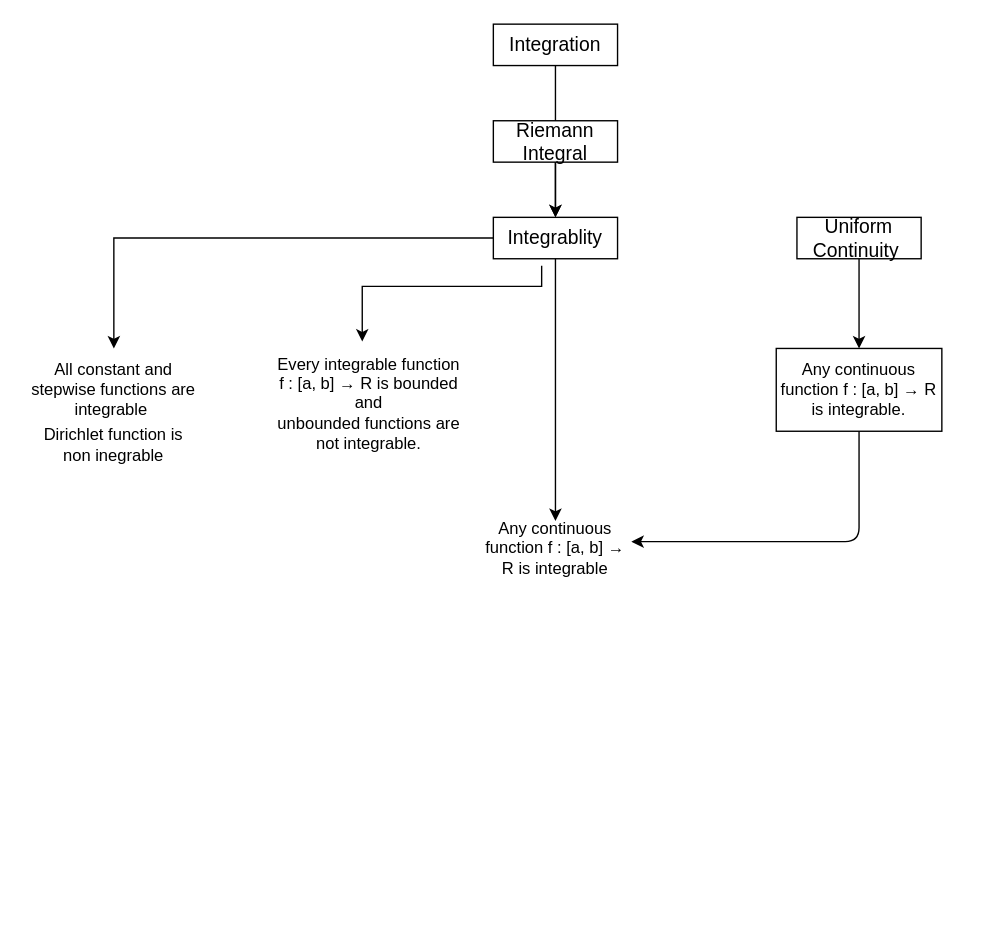
The draw.io diagram Untitled Diagram.drawio in ajax711/Calculus, before the edit. Source tidied: cells renumbered, new cells numbered last; positions are measured from the earlier drawing's top-left corner, leaving out a move shared by most shapes. Both pictures are drawn from the tidied source at 138%, with x=0, y=0 at pixel (23, 23).
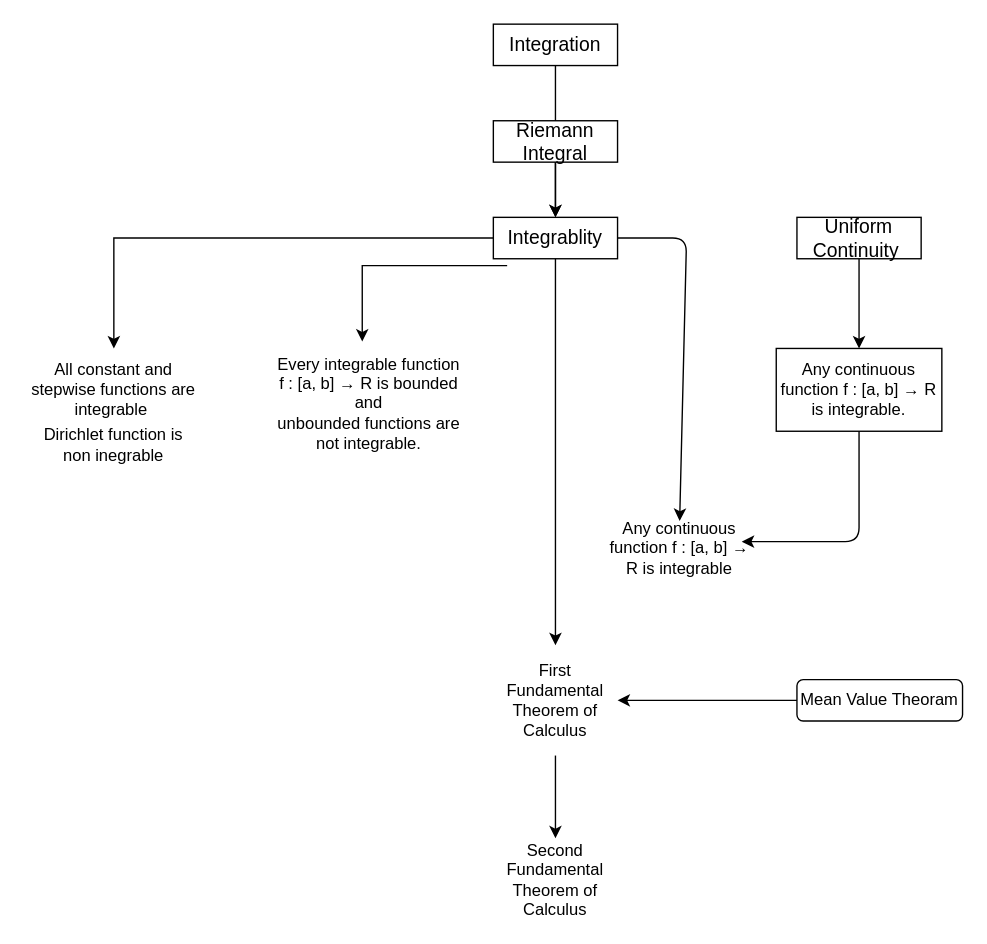
After the change.

Unchanged cells that the change refers to:
```xml
<mxCell id="7" value="&lt;font style=&quot;font-size: 14px&quot;&gt;Integrablity&lt;/font&gt;" style="rounded=0;whiteSpace=wrap;html=1;" parent="1" vertex="1">
  <mxGeometry x="340" y="140" width="90" height="30" as="geometry" />
</mxCell>
<mxCell id="12" value="Any continuous function f : [a, b] → R is integrable." style="whiteSpace=wrap;html=1;rounded=0;" parent="1" vertex="1">
  <mxGeometry x="545" y="235" width="120" height="60" as="geometry" />
</mxCell>
```

The edit, as a diff of the source:
```diff
@@
-    <mxCell id="13" style="edgeStyle=orthogonalEdgeStyle;rounded=0;jettySize=auto;html=1;exitX=0.389;exitY=1.167;exitDx=0;exitDy=0;exitPerimeter=0;" parent="1" edge="1" source="7">
+    <mxCell id="13" style="edgeStyle=orthogonalEdgeStyle;rounded=0;orthogonalLoop=1;jettySize=auto;html=1;" parent="1" edge="1">
       <mxGeometry relative="1" as="geometry">
+        <mxPoint x="350" y="175" as="sourcePoint" />
         <mxPoint x="245" y="230" as="targetPoint" />
         <Array as="points">
-          <mxPoint x="375" y="190" />
-          <mxPoint x="245" y="190" />
+          <mxPoint x="245" y="175" />
         </Array>
       </mxGeometry>
     </mxCell>
@@
-    <mxCell id="15" style="endArrow=classic;html=1;exitX=0.5;exitY=1;exitDx=0;exitDy=0;" parent="1" edge="1" source="7">
+    <mxCell id="15" style="endArrow=classic;html=1;exitX=1;exitY=0.5;exitDx=0;exitDy=0;" parent="1" edge="1" source="7">
       <mxGeometry relative="1" as="geometry">
-        <mxPoint x="385" y="360" as="targetPoint" />
+        <mxPoint x="475" y="360" as="targetPoint" />
+        <Array as="points">
+          <mxPoint x="480" y="155" />
+        </Array>
       </mxGeometry>
     </mxCell>
     <mxCell id="16" value="Any continuous function f : [a, b] → R is integrable" style="text;html=1;strokeColor=none;fillColor=none;align=center;verticalAlign=middle;whiteSpace=wrap;rounded=0;" parent="1" vertex="1">
-      <mxGeometry x="330" y="370" width="110" height="20" as="geometry" />
+      <mxGeometry x="420" y="370" width="110" height="20" as="geometry" />
     </mxCell>
-    <mxCell id="17" style="endArrow=classic;html=1;exitX=0.5;exitY=1;exitDx=0;exitDy=0;entryX=1;entryY=0.25;entryDx=0;entryDy=0;" parent="1" edge="1" source="12" target="16">
+    <mxCell id="17" style="endArrow=classic;html=1;exitX=0.5;exitY=1;exitDx=0;exitDy=0;" parent="1" edge="1" source="12">
       <mxGeometry relative="1" as="geometry">
+        <mxPoint x="520" y="375" as="targetPoint" />
         <Array as="points">
           <mxPoint x="605" y="375" />
         </Array>
       </mxGeometry>
     </mxCell>
+    <mxCell id="18" style="endArrow=classic;html=1;exitX=0.5;exitY=1;exitDx=0;exitDy=0;" parent="1" edge="1" source="7">
+      <mxGeometry relative="1" as="geometry">
+        <mxPoint x="385" y="450" as="targetPoint" />
+      </mxGeometry>
+    </mxCell>
+    <mxCell id="19" style="edgeStyle=orthogonalEdgeStyle;rounded=0;orthogonalLoop=1;jettySize=auto;html=1;" parent="1" edge="1">
+      <mxGeometry relative="1" as="geometry">
+        <mxPoint x="385" y="530" as="sourcePoint" />
+        <mxPoint x="385" y="590" as="targetPoint" />
+      </mxGeometry>
+    </mxCell>
+    <mxCell id="20" value="First Fundamental Theorem of Calculus" style="text;html=1;strokeColor=none;fillColor=none;align=center;verticalAlign=middle;whiteSpace=wrap;rounded=0;" parent="1" vertex="1">
+      <mxGeometry x="360" y="480" width="50" height="20" as="geometry" />
+    </mxCell>
+    <mxCell id="21" value="Mean Value Theoram" style="rounded=1;whiteSpace=wrap;html=1;" parent="1" vertex="1">
+      <mxGeometry x="560" y="475" width="120" height="30" as="geometry" />
+    </mxCell>
+    <mxCell id="22" style="endArrow=classic;html=1;exitX=0;exitY=0.5;exitDx=0;exitDy=0;" parent="1" edge="1" source="21">
+      <mxGeometry relative="1" as="geometry">
+        <mxPoint x="430" y="490" as="targetPoint" />
+      </mxGeometry>
+    </mxCell>
+    <mxCell id="23" value="Second Fundamental Theorem of Calculus" style="text;html=1;strokeColor=none;fillColor=none;align=center;verticalAlign=middle;whiteSpace=wrap;rounded=0;" parent="1" vertex="1">
+      <mxGeometry x="365" y="610" width="40" height="20" as="geometry" />
+    </mxCell>
```
